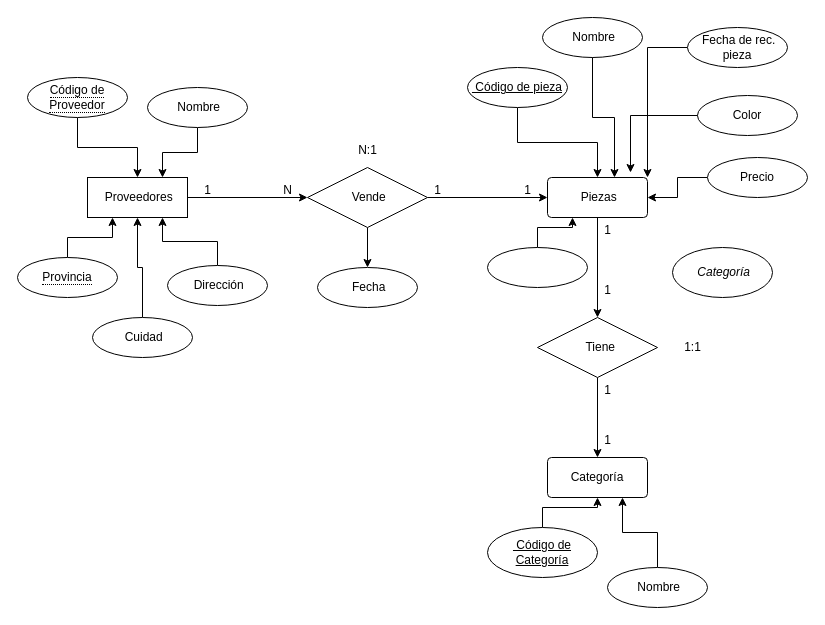
Earlier version of the draw.io diagram Diagrama sin título.drawio (KarlaCNS/pilares). Source tidied: cells renumbered, new cells numbered last; positions are measured from the earlier drawing's top-left corner, leaving out a move shared by most shapes. Both pictures are drawn from the tidied source at 100%, with x=0, y=0 at pixel (17, 17).
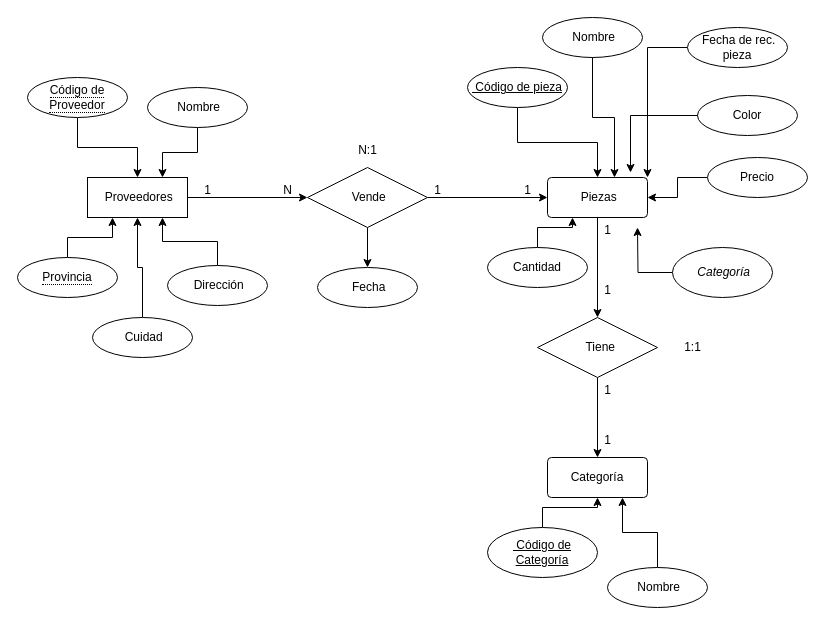
After the change.

The change refers to these unchanged cells:
```xml
<mxCell id="36" value="&lt;i&gt;&amp;nbsp;Categoría&lt;/i&gt;" style="ellipse;whiteSpace=wrap;html=1;align=center;" parent="1" vertex="1">
  <mxGeometry x="655" y="230" width="100" height="50" as="geometry" />
</mxCell>
```

What changed in the source:
```diff
@@
+    <mxCell id="50" style="edgeStyle=orthogonalEdgeStyle;rounded=0;jettySize=auto;html=1;" parent="1" edge="1" source="36">
+      <mxGeometry relative="1" as="geometry">
+        <mxPoint x="620" y="210" as="targetPoint" />
+      </mxGeometry>
+    </mxCell>
@@
-    <mxCell id="49" value="&amp;nbsp;" style="ellipse;whiteSpace=wrap;html=1;align=center;" parent="1" vertex="1">
+    <mxCell id="49" value="Cantidad" style="ellipse;whiteSpace=wrap;html=1;align=center;" parent="1" vertex="1">
       <mxGeometry x="470" y="230" width="100" height="40" as="geometry" />
     </mxCell>
```
